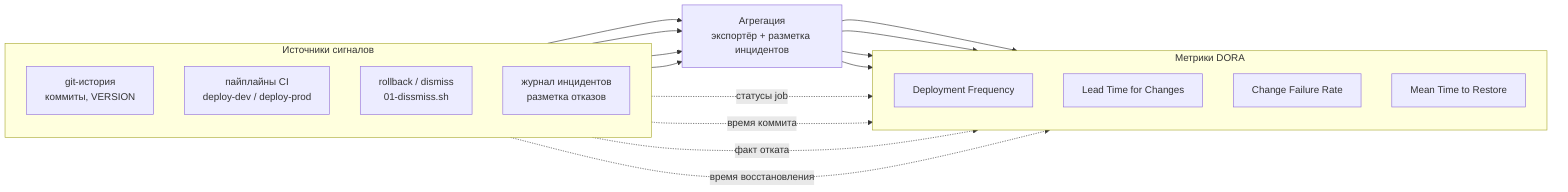
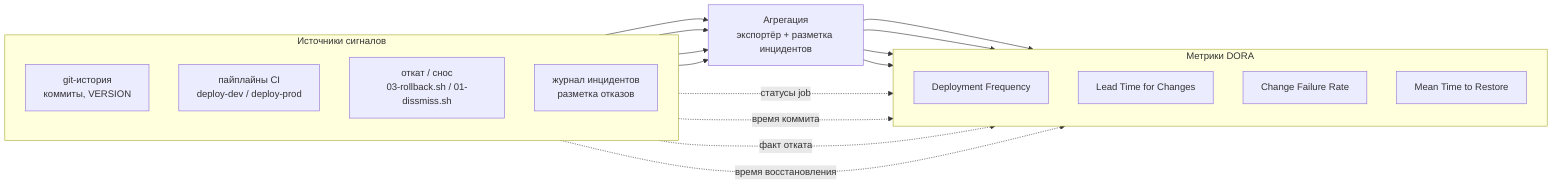
flowchart LR
    subgraph sources["Источники сигналов"]
        direction TB
        git["git-история<br/>коммиты, VERSION"]
        pipe["пайплайны CI<br/>deploy-dev / deploy-prod"]
-         roll["rollback / dismiss<br/>01-dissmiss.sh"]
+         roll["откат / снос<br/>03-rollback.sh / 01-dissmiss.sh"]
        inc["журнал инцидентов<br/>разметка отказов"]
    end

    agg["Агрегация<br/>экспортёр + разметка инцидентов"]

    subgraph dora["Метрики DORA"]
        direction TB
        df["Deployment Frequency"]
        lt["Lead Time for Changes"]
        cfr["Change Failure Rate"]
        mttr["Mean Time to Restore"]
    end

    pipe --> agg
    git --> agg
    roll --> agg
    inc --> agg

    agg --> df
    agg --> lt
    agg --> cfr
    agg --> mttr

    pipe -.->|статусы job| df
    git -.->|время коммита| lt
    roll -.->|факт отката| cfr
    inc -.->|время восстановления| mttr
